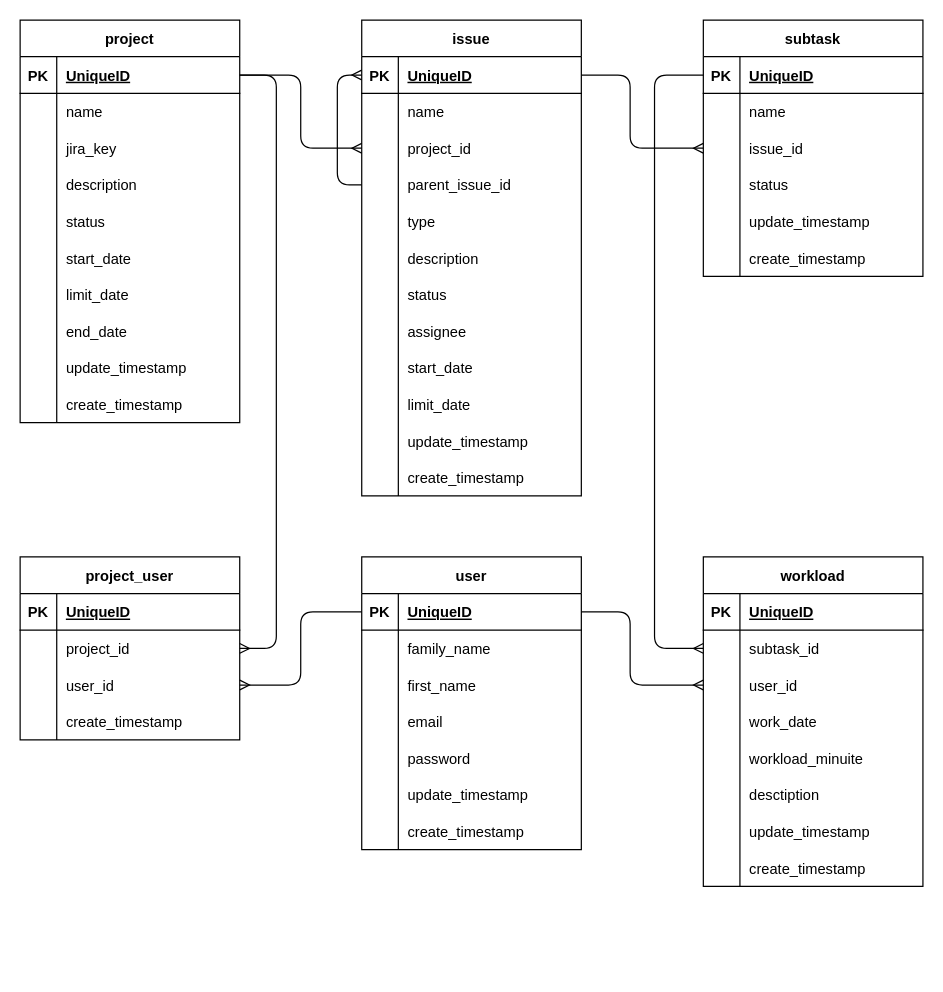
The draw.io diagram DATABASE_ER_DIAGRAM.dio in f-mio/workload_management_server, before the edit. Source tidied: cells renumbered, new cells numbered last; positions are measured from the earlier drawing's top-left corner, leaving out a move shared by most shapes. Both pictures are drawn from the tidied source at 122%, with x=0, y=0 at pixel (20, 20).
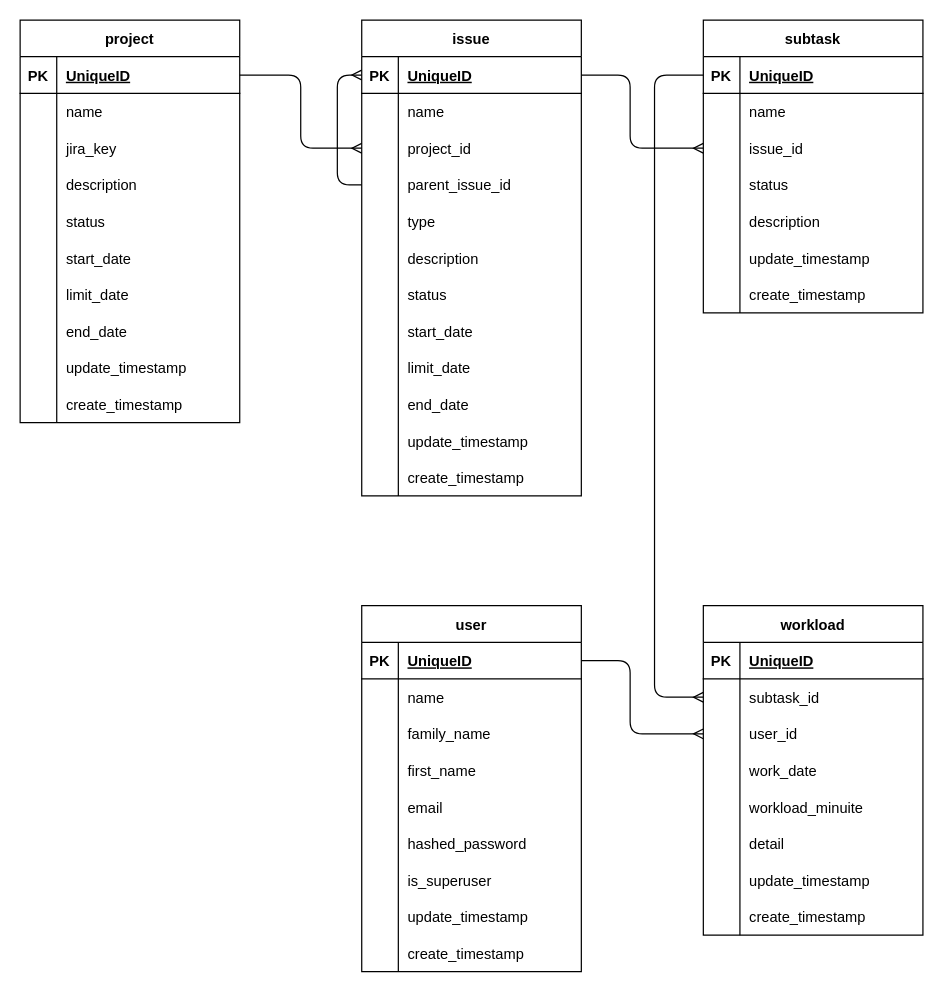
The same page after the edit.

The change refers to these unchanged cells:
```xml
<mxCell id="3" style="shape=tableRow;horizontal=0;startSize=0;swimlaneHead=0;swimlaneBody=0;fillColor=none;points=[[0,0.5],[1,0.5]];portConstraint=eastwest;top=0;left=0;right=0;bottom=1;" parent="2" vertex="1">
  <mxGeometry y="30" width="180" height="30" as="geometry" />
</mxCell>
<mxCell id="33" value="issue" style="shape=table;startSize=30;childLayout=tableLayout;rowLines=0;fontStyle=1;align=center;" parent="1" vertex="1">
  <mxGeometry x="280" width="180" height="390" as="geometry" />
</mxCell>
<mxCell id="91" style="shape=tableRow;horizontal=0;startSize=0;swimlaneHead=0;swimlaneBody=0;fillColor=none;points=[[0,0.5],[1,0.5]];portConstraint=eastwest;top=0;left=0;right=0;bottom=1;" parent="90" vertex="1">
  <mxGeometry y="30" width="180" height="30" as="geometry" />
</mxCell>
<mxCell id="94" style="shape=tableRow;horizontal=0;startSize=0;swimlaneHead=0;swimlaneBody=0;fillColor=none;top=0;left=0;right=0;bottom=0;" parent="90" vertex="1">
  <mxGeometry y="60" width="180" height="30" as="geometry" />
</mxCell>
<mxCell id="141" style="shape=tableRow;horizontal=0;startSize=0;swimlaneHead=0;swimlaneBody=0;fillColor=none;top=0;left=0;right=0;bottom=0;" parent="125" vertex="1">
  <mxGeometry y="180" width="180" height="30" as="geometry" />
</mxCell>
```

Change to the diagram source:
```diff
@@
-    <mxCell id="56" style="shape=tableRow;horizontal=0;startSize=0;swimlaneHead=0;swimlaneBody=0;fillColor=none;top=0;left=0;right=0;bottom=0;" parent="33" vertex="1">
-      <mxGeometry y="240" width="180" height="30" as="geometry" />
-    </mxCell>
-    <mxCell id="57" style="shape=partialRectangle;fillColor=none;top=0;left=0;bottom=0;right=0;overflow=hidden;" parent="56" vertex="1">
-      <mxGeometry width="30" height="30" as="geometry" />
-    </mxCell>
-    <mxCell id="58" value="assignee" style="shape=partialRectangle;fillColor=none;top=0;left=0;bottom=0;right=0;align=left;spacingLeft=6;overflow=hidden;" parent="56" vertex="1">
-      <mxGeometry x="30" width="150" height="30" as="geometry" />
-    </mxCell>
     <mxCell id="59" style="shape=tableRow;horizontal=0;startSize=0;swimlaneHead=0;swimlaneBody=0;fillColor=none;top=0;left=0;right=0;bottom=0;" parent="33" vertex="1">
-      <mxGeometry y="270" width="180" height="30" as="geometry" />
+      <mxGeometry y="240" width="180" height="30" as="geometry" />
     </mxCell>
@@
     <mxCell id="62" style="shape=tableRow;horizontal=0;startSize=0;swimlaneHead=0;swimlaneBody=0;fillColor=none;top=0;left=0;right=0;bottom=0;" parent="33" vertex="1">
-      <mxGeometry y="300" width="180" height="30" as="geometry" />
+      <mxGeometry y="270" width="180" height="30" as="geometry" />
     </mxCell>
@@
+    <mxCell id="156" style="shape=tableRow;horizontal=0;startSize=0;swimlaneHead=0;swimlaneBody=0;fillColor=none;top=0;left=0;right=0;bottom=0;" parent="33" vertex="1">
+      <mxGeometry y="300" width="180" height="30" as="geometry" />
+    </mxCell>
+    <mxCell id="157" style="shape=partialRectangle;fillColor=none;top=0;left=0;bottom=0;right=0;overflow=hidden;" parent="156" vertex="1">
+      <mxGeometry width="30" height="30" as="geometry" />
+    </mxCell>
+    <mxCell id="158" value="end_date" style="shape=partialRectangle;fillColor=none;top=0;left=0;bottom=0;right=0;align=left;spacingLeft=6;overflow=hidden;" parent="156" vertex="1">
+      <mxGeometry x="30" width="150" height="30" as="geometry" />
+    </mxCell>
@@
     <mxCell id="71" value="subtask" style="shape=table;startSize=30;childLayout=tableLayout;rowLines=0;fontStyle=1;align=center;" parent="1" vertex="1">
-      <mxGeometry x="560" width="180" height="210" as="geometry" />
+      <mxGeometry x="560" width="180" height="240" as="geometry" />
     </mxCell>
@@
+    <mxCell id="159" style="shape=tableRow;horizontal=0;startSize=0;swimlaneHead=0;swimlaneBody=0;fillColor=none;top=0;left=0;right=0;bottom=0;" parent="71" vertex="1">
+      <mxGeometry y="150" width="180" height="30" as="geometry" />
+    </mxCell>
+    <mxCell id="160" style="shape=partialRectangle;fillColor=none;top=0;left=0;bottom=0;right=0;overflow=hidden;" parent="159" vertex="1">
+      <mxGeometry width="30" height="30" as="geometry" />
+    </mxCell>
+    <mxCell id="161" value="description" style="shape=partialRectangle;fillColor=none;top=0;left=0;bottom=0;right=0;align=left;spacingLeft=6;overflow=hidden;" parent="159" vertex="1">
+      <mxGeometry x="30" width="150" height="30" as="geometry" />
+    </mxCell>
     <mxCell id="84" style="shape=tableRow;horizontal=0;startSize=0;swimlaneHead=0;swimlaneBody=0;fillColor=none;top=0;left=0;right=0;bottom=0;" parent="71" vertex="1">
-      <mxGeometry y="150" width="180" height="30" as="geometry" />
+      <mxGeometry y="180" width="180" height="30" as="geometry" />
     </mxCell>
@@
     <mxCell id="87" style="shape=tableRow;horizontal=0;startSize=0;swimlaneHead=0;swimlaneBody=0;fillColor=none;top=0;left=0;right=0;bottom=0;" parent="71" vertex="1">
-      <mxGeometry y="180" width="180" height="30" as="geometry" />
+      <mxGeometry y="210" width="180" height="30" as="geometry" />
     </mxCell>
@@
     <mxCell id="90" value="user" style="shape=table;startSize=30;childLayout=tableLayout;rowLines=0;fontStyle=1;align=center;" parent="1" vertex="1">
-      <mxGeometry x="280" y="440" width="180" height="240" as="geometry" />
+      <mxGeometry x="280" y="480" width="180" height="300" as="geometry" />
     </mxCell>
@@
-    <mxCell id="96" value="family_name" style="shape=partialRectangle;fillColor=none;top=0;left=0;bottom=0;right=0;align=left;spacingLeft=6;overflow=hidden;" parent="94" vertex="1">
+    <mxCell id="96" value="name" style="shape=partialRectangle;fillColor=none;top=0;left=0;bottom=0;right=0;align=left;spacingLeft=6;overflow=hidden;" parent="94" vertex="1">
       <mxGeometry x="30" width="150" height="30" as="geometry" />
     </mxCell>
+    <mxCell id="119" style="shape=tableRow;horizontal=0;startSize=0;swimlaneHead=0;swimlaneBody=0;fillColor=none;points=[[0,0.5],[1,0.5]];portConstraint=eastwest;top=0;left=0;right=0;bottom=0;" parent="90" vertex="1">
+      <mxGeometry y="90" width="180" height="30" as="geometry" />
+    </mxCell>
+    <mxCell id="162" style="shape=partialRectangle;fillColor=none;top=0;left=0;bottom=0;right=0;overflow=hidden;" parent="119" vertex="1">
+      <mxGeometry width="30" height="30" as="geometry" />
+    </mxCell>
+    <mxCell id="163" value="family_name" style="shape=partialRectangle;fillColor=none;top=0;left=0;bottom=0;right=0;align=left;spacingLeft=6;overflow=hidden;" parent="119" vertex="1">
+      <mxGeometry x="30" width="150" height="30" as="geometry" />
+    </mxCell>
     <mxCell id="97" style="shape=tableRow;horizontal=0;startSize=0;swimlaneHead=0;swimlaneBody=0;fillColor=none;top=0;left=0;right=0;bottom=0;" parent="90" vertex="1">
-      <mxGeometry y="90" width="180" height="30" as="geometry" />
+      <mxGeometry y="120" width="180" height="30" as="geometry" />
     </mxCell>
@@
     <mxCell id="100" style="shape=tableRow;horizontal=0;startSize=0;swimlaneHead=0;swimlaneBody=0;fillColor=none;top=0;left=0;right=0;bottom=0;" parent="90" vertex="1">
-      <mxGeometry y="120" width="180" height="30" as="geometry" />
+      <mxGeometry y="150" width="180" height="30" as="geometry" />
     </mxCell>
@@
     <mxCell id="103" style="shape=tableRow;horizontal=0;startSize=0;swimlaneHead=0;swimlaneBody=0;fillColor=none;top=0;left=0;right=0;bottom=0;" parent="90" vertex="1">
-      <mxGeometry y="150" width="180" height="30" as="geometry" />
+      <mxGeometry y="180" width="180" height="30" as="geometry" />
     </mxCell>
@@
-    <mxCell id="105" value="password" style="shape=partialRectangle;fillColor=none;top=0;left=0;bottom=0;right=0;align=left;spacingLeft=6;overflow=hidden;" parent="103" vertex="1">
+    <mxCell id="105" value="hashed_password" style="shape=partialRectangle;fillColor=none;top=0;left=0;bottom=0;right=0;align=left;spacingLeft=6;overflow=hidden;" parent="103" vertex="1">
       <mxGeometry x="30" width="150" height="30" as="geometry" />
     </mxCell>
+    <mxCell id="164" style="shape=tableRow;horizontal=0;startSize=0;swimlaneHead=0;swimlaneBody=0;fillColor=none;top=0;left=0;right=0;bottom=0;" parent="90" vertex="1">
+      <mxGeometry y="210" width="180" height="30" as="geometry" />
+    </mxCell>
+    <mxCell id="165" style="shape=partialRectangle;fillColor=none;top=0;left=0;bottom=0;right=0;overflow=hidden;" parent="164" vertex="1">
+      <mxGeometry width="30" height="30" as="geometry" />
+    </mxCell>
+    <mxCell id="166" value="is_superuser" style="shape=partialRectangle;fillColor=none;top=0;left=0;bottom=0;right=0;align=left;spacingLeft=6;overflow=hidden;" parent="164" vertex="1">
+      <mxGeometry x="30" width="150" height="30" as="geometry" />
+    </mxCell>
     <mxCell id="106" style="shape=tableRow;horizontal=0;startSize=0;swimlaneHead=0;swimlaneBody=0;fillColor=none;top=0;left=0;right=0;bottom=0;" parent="90" vertex="1">
-      <mxGeometry y="180" width="180" height="30" as="geometry" />
+      <mxGeometry y="240" width="180" height="30" as="geometry" />
     </mxCell>
@@
     <mxCell id="109" style="shape=tableRow;horizontal=0;startSize=0;swimlaneHead=0;swimlaneBody=0;fillColor=none;top=0;left=0;right=0;bottom=0;" parent="90" vertex="1">
-      <mxGeometry y="210" width="180" height="30" as="geometry" />
+      <mxGeometry y="270" width="180" height="30" as="geometry" />
     </mxCell>
@@
-    <mxCell id="112" value="project_user" style="shape=table;startSize=30;childLayout=tableLayout;rowLines=0;fontStyle=1;align=center;" parent="1" vertex="1">
-      <mxGeometry y="440" width="180" height="150" as="geometry" />
-    </mxCell>
-    <mxCell id="113" style="shape=tableRow;horizontal=0;startSize=0;swimlaneHead=0;swimlaneBody=0;fillColor=none;top=0;left=0;right=0;bottom=1;" parent="112" vertex="1">
-      <mxGeometry y="30" width="180" height="30" as="geometry" />
-    </mxCell>
-    <mxCell id="114" value="PK" style="shape=partialRectangle;fillColor=none;top=0;left=0;bottom=0;right=0;fontStyle=1;overflow=hidden;" parent="113" vertex="1">
-      <mxGeometry width="30" height="30" as="geometry" />
-    </mxCell>
-    <mxCell id="115" value="UniqueID" style="shape=partialRectangle;fillColor=none;top=0;left=0;bottom=0;right=0;align=left;spacingLeft=6;fontStyle=5;overflow=hidden;" parent="113" vertex="1">
-      <mxGeometry x="30" width="150" height="30" as="geometry" />
-    </mxCell>
-    <mxCell id="116" style="shape=tableRow;horizontal=0;startSize=0;swimlaneHead=0;swimlaneBody=0;fillColor=none;points=[[0,0.5],[1,0.5]];portConstraint=eastwest;top=0;left=0;right=0;bottom=0;" parent="112" vertex="1">
-      <mxGeometry y="60" width="180" height="30" as="geometry" />
-    </mxCell>
-    <mxCell id="117" style="shape=partialRectangle;fillColor=none;top=0;left=0;bottom=0;right=0;overflow=hidden;" parent="116" vertex="1">
-      <mxGeometry width="30" height="30" as="geometry" />
-    </mxCell>
-    <mxCell id="118" value="project_id" style="shape=partialRectangle;fillColor=none;top=0;left=0;bottom=0;right=0;align=left;spacingLeft=6;overflow=hidden;" parent="116" vertex="1">
-      <mxGeometry x="30" width="150" height="30" as="geometry" />
-    </mxCell>
-    <mxCell id="119" style="shape=tableRow;horizontal=0;startSize=0;swimlaneHead=0;swimlaneBody=0;fillColor=none;points=[[0,0.5],[1,0.5]];portConstraint=eastwest;top=0;left=0;right=0;bottom=0;" parent="112" vertex="1">
-      <mxGeometry y="90" width="180" height="30" as="geometry" />
-    </mxCell>
-    <mxCell id="120" style="shape=partialRectangle;fillColor=none;top=0;left=0;bottom=0;right=0;overflow=hidden;" parent="119" vertex="1">
-      <mxGeometry width="30" height="30" as="geometry" />
-    </mxCell>
-    <mxCell id="121" value="user_id" style="shape=partialRectangle;fillColor=none;top=0;left=0;bottom=0;right=0;align=left;spacingLeft=6;overflow=hidden;" parent="119" vertex="1">
-      <mxGeometry x="30" width="150" height="30" as="geometry" />
-    </mxCell>
-    <mxCell id="122" style="shape=tableRow;horizontal=0;startSize=0;swimlaneHead=0;swimlaneBody=0;fillColor=none;top=0;left=0;right=0;bottom=0;" parent="112" vertex="1">
-      <mxGeometry y="120" width="180" height="30" as="geometry" />
-    </mxCell>
-    <mxCell id="123" style="shape=partialRectangle;fillColor=none;top=0;left=0;bottom=0;right=0;overflow=hidden;" parent="122" vertex="1">
-      <mxGeometry width="30" height="30" as="geometry" />
-    </mxCell>
-    <mxCell id="124" value="create_timestamp" style="shape=partialRectangle;fillColor=none;top=0;left=0;bottom=0;right=0;align=left;spacingLeft=6;overflow=hidden;" parent="122" vertex="1">
-      <mxGeometry x="30" width="150" height="30" as="geometry" />
-    </mxCell>
     <mxCell id="125" value="workload" style="shape=table;startSize=30;childLayout=tableLayout;rowLines=0;fontStyle=1;align=center;" parent="1" vertex="1">
-      <mxGeometry x="560" y="440" width="180" height="270" as="geometry" />
+      <mxGeometry x="560" y="480" width="180" height="270" as="geometry" />
     </mxCell>
@@
-    <mxCell id="143" value="desctiption" style="shape=partialRectangle;fillColor=none;top=0;left=0;bottom=0;right=0;align=left;spacingLeft=6;overflow=hidden;" parent="141" vertex="1">
+    <mxCell id="143" value="detail" style="shape=partialRectangle;fillColor=none;top=0;left=0;bottom=0;right=0;align=left;spacingLeft=6;overflow=hidden;" parent="141" vertex="1">
       <mxGeometry x="30" width="150" height="30" as="geometry" />
     </mxCell>
@@
-    <mxCell id="154" style="edgeStyle=elbowEdgeStyle;html=1;exitX=0;exitY=0.5;exitDx=0;exitDy=0;entryX=1;entryY=0.5;entryDx=0;entryDy=0;endArrow=ERmany;endFill=0;" parent="1" edge="1" source="91" target="119">
-      <mxGeometry relative="1" as="geometry" />
-    </mxCell>
-    <mxCell id="155" style="edgeStyle=elbowEdgeStyle;html=1;exitX=1;exitY=0.5;exitDx=0;exitDy=0;entryX=1;entryY=0.5;entryDx=0;entryDy=0;endArrow=ERmany;endFill=0;" parent="1" edge="1" source="3" target="116">
-      <mxGeometry relative="1" as="geometry">
-        <Array as="points">
-          <mxPoint x="210" y="290" />
-        </Array>
-      </mxGeometry>
-    </mxCell>
```
